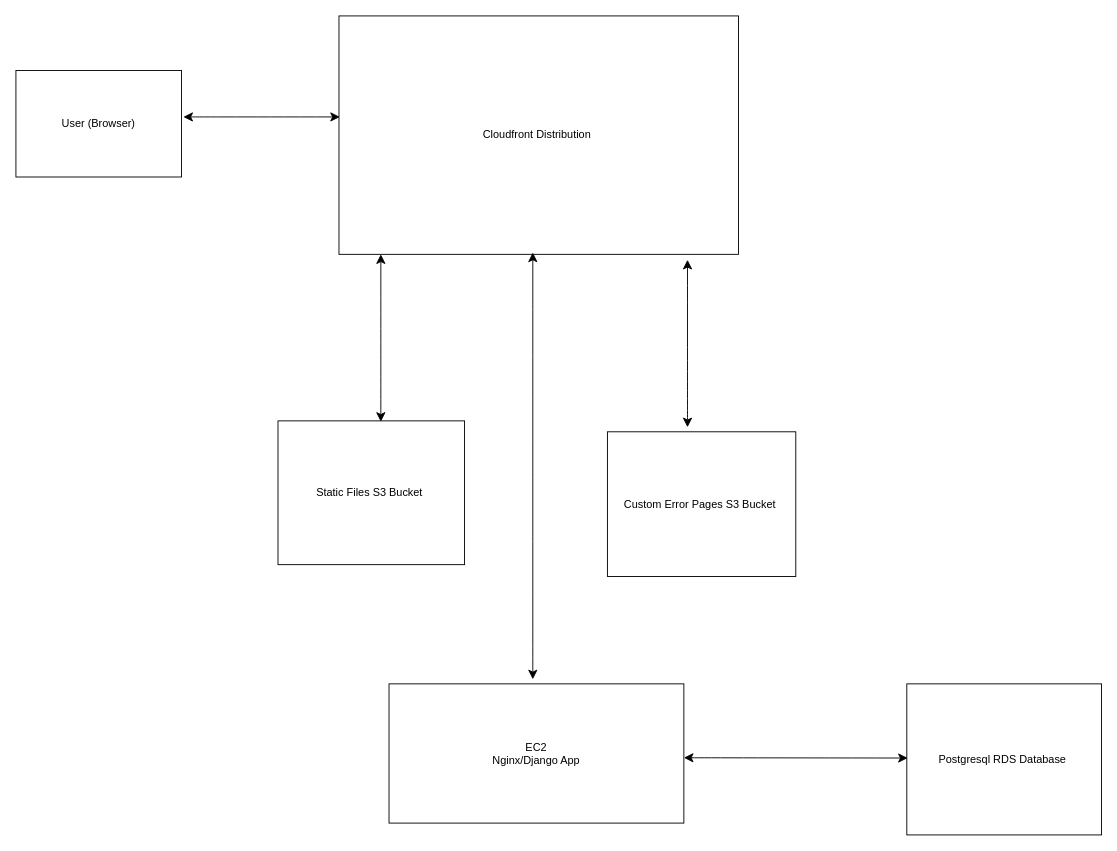
Before: page "Page-1" (1 of 5) of Untitled Diagram.drawio in evanchime/draw_io, a draw.io diagram. Source tidied: cells renumbered, new cells numbered last; positions are measured from the earlier drawing's top-left corner, leaving out a move shared by most shapes. Both pictures are drawn from the tidied source at 91%, with x=0, y=0 at pixel (15, 15).
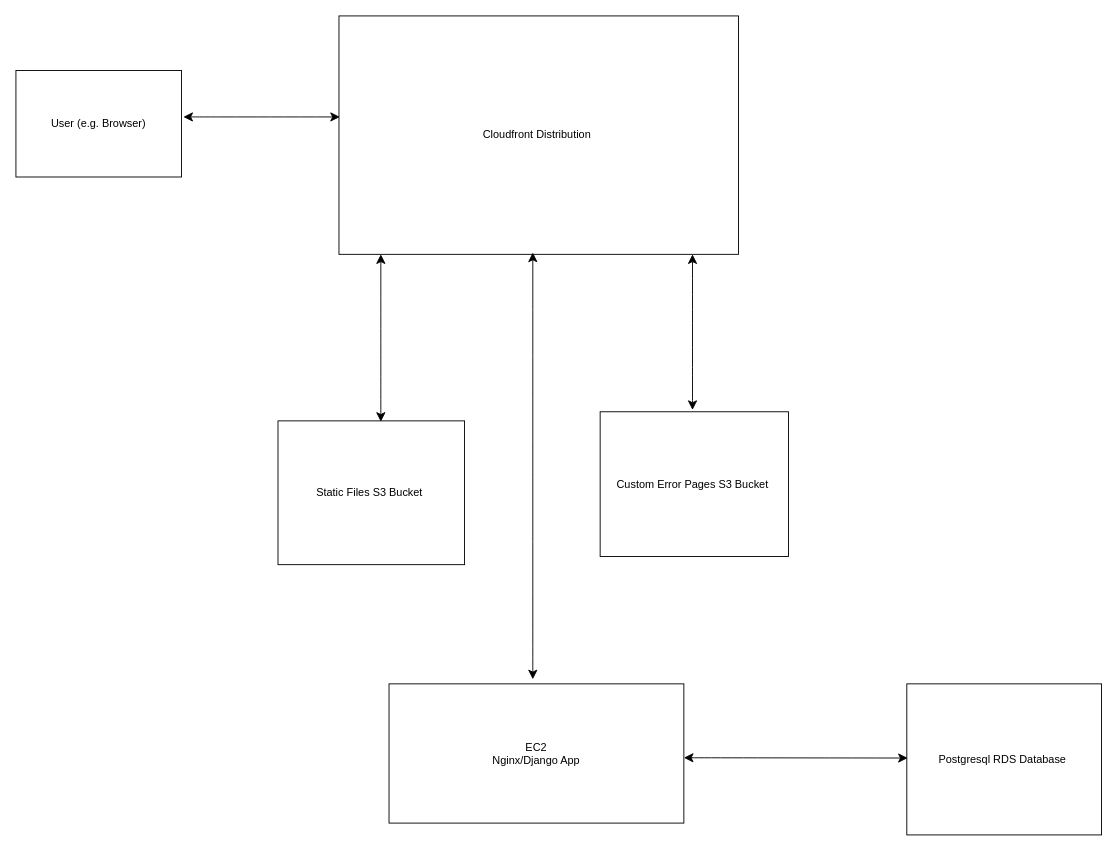
The same page after the edit.

What changed in the source:
```diff
@@
 <mxGraphModel>
   <root>
     <mxCell id="0" />
     <mxCell id="1" parent="0" />
-    <mxCell id="2" value="User (Browser)" style="whiteSpace=wrap;html=1;" parent="1" vertex="1">
+    <mxCell id="2" value="User (e.g. Browser)" style="whiteSpace=wrap;html=1;" parent="1" vertex="1">
       <mxGeometry y="60" width="182" height="117" as="geometry" />
     </mxCell>
     <mxCell id="3" value="Cloudfront Distribution&amp;nbsp;" style="whiteSpace=wrap;html=1;" parent="1" vertex="1">
       <mxGeometry x="355" width="439" height="262" as="geometry" />
     </mxCell>
     <mxCell id="4" style="edgeStyle=none;orthogonalLoop=1;jettySize=auto;html=1;endArrow=classic;startArrow=classic;endSize=8;startSize=8;rounded=0;fontSize=12;curved=1;" parent="1" edge="1">
       <mxGeometry relative="1" as="geometry">
         <mxPoint x="401" y="446" as="sourcePoint" />
         <mxPoint x="401" y="262" as="targetPoint" />
       </mxGeometry>
     </mxCell>
     <mxCell id="5" style="edgeStyle=none;orthogonalLoop=1;jettySize=auto;html=1;endArrow=classic;startArrow=classic;endSize=8;startSize=8;rounded=0;fontSize=12;curved=1;" parent="1" edge="1">
       <mxGeometry relative="1" as="geometry">
         <mxPoint x="184" y="111" as="sourcePoint" />
         <mxPoint x="356" y="111" as="targetPoint" />
       </mxGeometry>
     </mxCell>
     <mxCell id="6" style="edgeStyle=none;orthogonalLoop=1;jettySize=auto;html=1;endArrow=classic;startArrow=classic;endSize=8;startSize=8;rounded=0;fontSize=12;curved=1;" parent="1" edge="1">
       <mxGeometry relative="1" as="geometry">
         <mxPoint x="568" y="729" as="sourcePoint" />
         <mxPoint x="568" y="260" as="targetPoint" />
       </mxGeometry>
     </mxCell>
     <mxCell id="7" style="edgeStyle=none;orthogonalLoop=1;jettySize=auto;html=1;endArrow=classic;startArrow=classic;endSize=8;startSize=8;rounded=0;fontSize=12;curved=1;" parent="1" edge="1">
       <mxGeometry relative="1" as="geometry">
-        <mxPoint x="738" y="452" as="sourcePoint" />
-        <mxPoint x="738" y="268" as="targetPoint" />
+        <mxPoint x="743.5" y="433" as="sourcePoint" />
+        <mxPoint x="743.5" y="262" as="targetPoint" />
       </mxGeometry>
     </mxCell>
     <mxCell id="8" value="Static Files S3 Bucket&amp;nbsp;" style="whiteSpace=wrap;html=1;" parent="1" vertex="1">
       <mxGeometry x="288" y="445" width="205" height="158" as="geometry" />
     </mxCell>
     <mxCell id="9" value="EC2&lt;div&gt;Nginx/Django App&lt;/div&gt;" style="whiteSpace=wrap;html=1;" parent="1" vertex="1">
       <mxGeometry x="410" y="734" width="324" height="153" as="geometry" />
     </mxCell>
     <mxCell id="10" value="Custom Error Pages S3 Bucket&amp;nbsp;" style="whiteSpace=wrap;html=1;" parent="1" vertex="1">
-      <mxGeometry x="650" y="457" width="207" height="159" as="geometry" />
+      <mxGeometry x="642" y="435" width="207" height="159" as="geometry" />
     </mxCell>
     <mxCell id="11" value="Postgresql RDS Database&amp;nbsp;" style="whiteSpace=wrap;html=1;" parent="1" vertex="1">
       <mxGeometry x="979" y="734" width="214" height="166" as="geometry" />
     </mxCell>
     <mxCell id="12" style="edgeStyle=none;orthogonalLoop=1;jettySize=auto;html=1;endArrow=classic;startArrow=classic;endSize=8;startSize=8;rounded=0;fontSize=12;curved=1;" parent="1" edge="1">
       <mxGeometry relative="1" as="geometry">
         <mxPoint x="734" y="815.2" as="sourcePoint" />
         <mxPoint x="980" y="815.5" as="targetPoint" />
       </mxGeometry>
     </mxCell>
   </root>
 </mxGraphModel>
```
